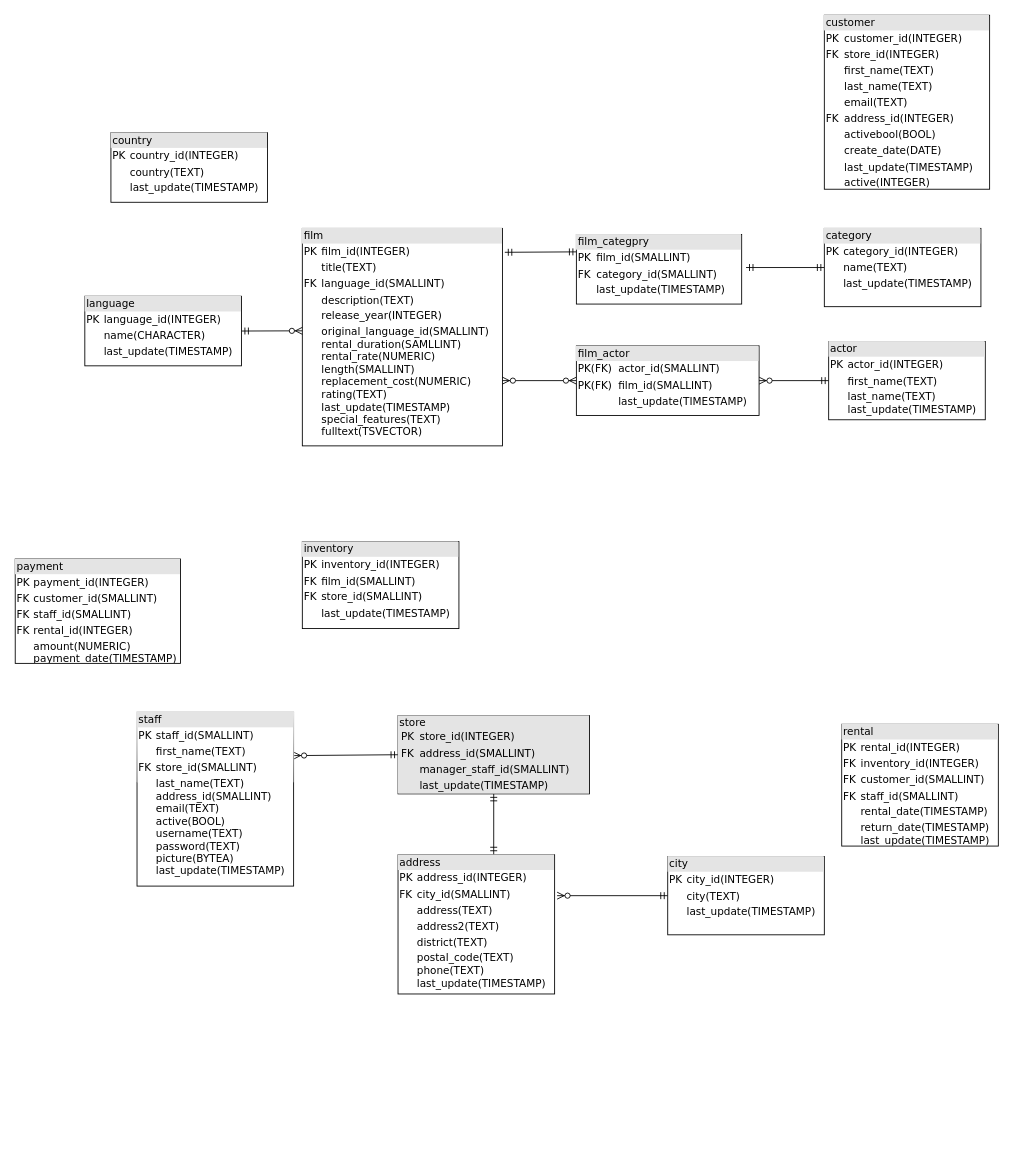
This is Untitled Diagram.drawio from nummy/blog, a draw.io file, before an edit. Source tidied: cells renumbered, new cells numbered last; positions are measured from the earlier drawing's top-left corner, leaving out a move shared by most shapes. Both pictures are drawn from the tidied source at 87%, with x=0, y=0 at pixel (15, 15).
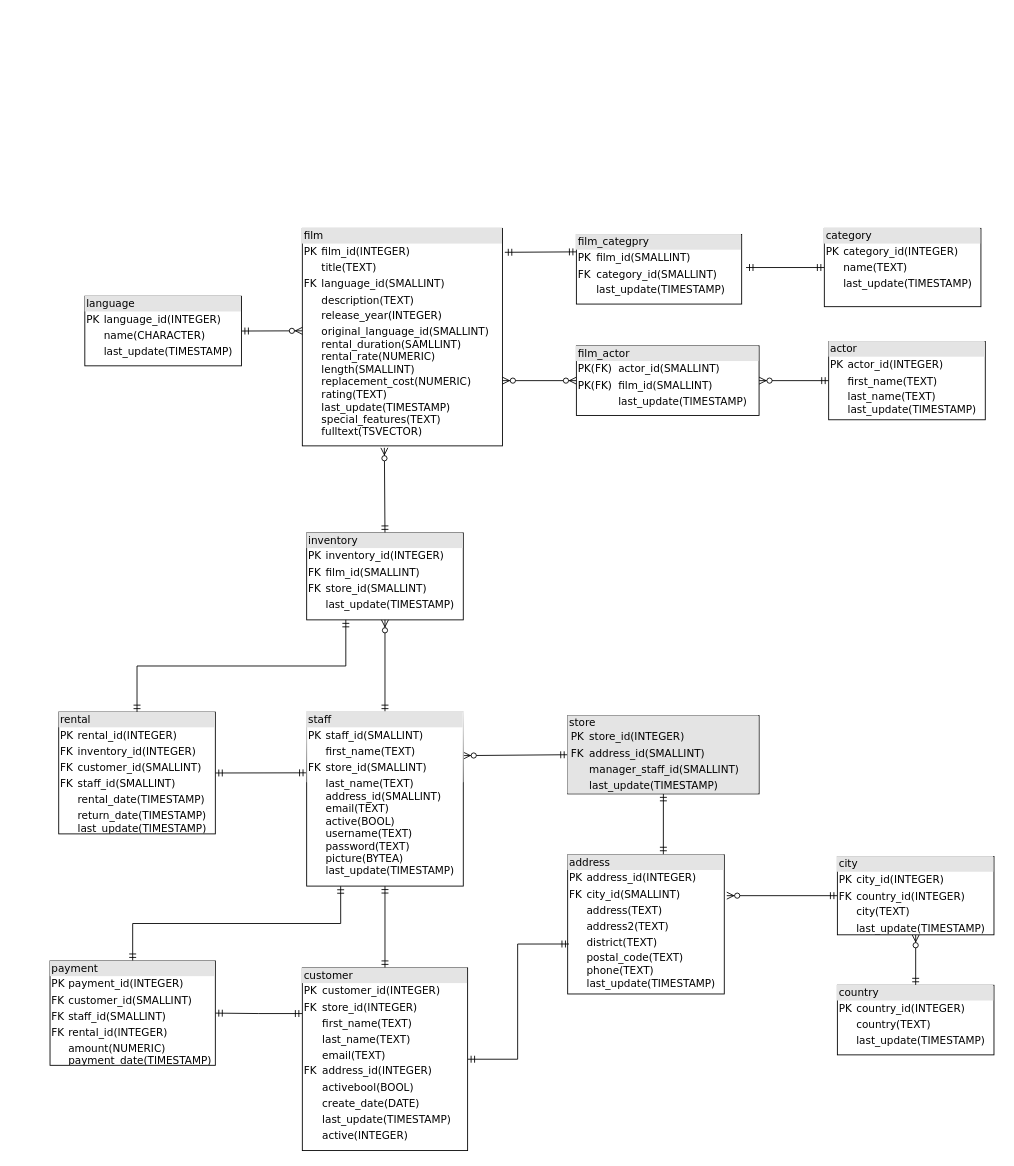
The same page after the edit.

Unchanged cells that the change refers to:
```xml
<mxCell id="11" value="&lt;div style=&quot;box-sizing: border-box ; width: 100% ; background: #e4e4e4 ; padding: 2px&quot;&gt;film&lt;/div&gt;&lt;table style=&quot;width: 100% ; font-size: 1em&quot; cellpadding=&quot;2&quot; cellspacing=&quot;0&quot;&gt;&lt;tbody&gt;&lt;tr&gt;&lt;td&gt;PK&lt;/td&gt;&lt;td&gt;film_id(INTEGER)&lt;/td&gt;&lt;/tr&gt;&lt;tr&gt;&lt;td&gt;&lt;/td&gt;&lt;td&gt;title(TEXT)&lt;/td&gt;&lt;/tr&gt;&lt;tr&gt;&lt;td&gt;FK&lt;/td&gt;&lt;td&gt;language_id(SMALLINT)&lt;br&gt;&lt;/td&gt;&lt;/tr&gt;&lt;tr&gt;&lt;td&gt;&lt;/td&gt;&lt;td&gt;description(TEXT)&lt;/td&gt;&lt;/tr&gt;&lt;tr&gt;&lt;td&gt;&lt;br&gt;&lt;/td&gt;&lt;td&gt;release_year(INTEGER)&lt;/td&gt;&lt;/tr&gt;&lt;tr&gt;&lt;td&gt;&lt;br&gt;&lt;/td&gt;&lt;td&gt;original_language_id(SMALLINT)&lt;br&gt;rental_duration(SAMLLINT)&lt;br&gt;rental_rate(NUMERIC)&lt;br&gt;length(SMALLINT)&lt;br&gt;replacement_cost(NUMERIC)&lt;br&gt;rating(TEXT)&lt;br&gt;last_update(TIMESTAMP)&lt;br&gt;special_features(TEXT)&lt;br&gt;fulltext(TSVECTOR)&lt;/td&gt;&lt;/tr&gt;&lt;/tbody&gt;&lt;/table&gt;" style="verticalAlign=top;align=left;overflow=fill;html=1;rounded=0;shadow=0;comic=0;labelBackgroundColor=none;strokeWidth=1;fontFamily=Verdana;fontSize=12;" parent="1" vertex="1">
  <mxGeometry x="330" y="245" width="230" height="250" as="geometry" />
</mxCell>
```

The edit, as a diff of the source:
```diff
@@
     <mxCell id="4" value="&lt;div style=&quot;box-sizing: border-box ; width: 100% ; background: #e4e4e4 ; padding: 2px&quot;&gt;address&lt;/div&gt;&lt;table style=&quot;width: 100% ; font-size: 1em&quot; cellpadding=&quot;2&quot; cellspacing=&quot;0&quot;&gt;&lt;tbody&gt;&lt;tr&gt;&lt;td&gt;PK&lt;/td&gt;&lt;td&gt;address_id(INTEGER)&lt;/td&gt;&lt;/tr&gt;&lt;tr&gt;&lt;td&gt;FK&lt;/td&gt;&lt;td&gt;city_id(SMALLINT)&lt;br&gt;&lt;/td&gt;&lt;/tr&gt;&lt;tr&gt;&lt;td&gt;&lt;br&gt;&lt;/td&gt;&lt;td&gt;address(TEXT)&lt;/td&gt;&lt;/tr&gt;&lt;tr&gt;&lt;td&gt;&lt;/td&gt;&lt;td&gt;address2(TEXT)&lt;/td&gt;&lt;/tr&gt;&lt;tr&gt;&lt;td&gt;&lt;br&gt;&lt;/td&gt;&lt;td&gt;district(TEXT)&lt;br&gt;&lt;/td&gt;&lt;/tr&gt;&lt;tr&gt;&lt;td&gt;&lt;br&gt;&lt;/td&gt;&lt;td&gt;postal_code(TEXT)&lt;br&gt;phone(TEXT)&lt;br&gt;last_update(TIMESTAMP)&lt;/td&gt;&lt;/tr&gt;&lt;/tbody&gt;&lt;/table&gt;" style="verticalAlign=top;align=left;overflow=fill;html=1;rounded=0;shadow=0;comic=0;labelBackgroundColor=none;strokeWidth=1;fontFamily=Verdana;fontSize=12;" parent="1" vertex="1">
-      <mxGeometry x="440" y="965" width="180" height="160" as="geometry" />
+      <mxGeometry x="635" y="965" width="180" height="160" as="geometry" />
     </mxCell>
+    <mxCell id="25" style="edgeStyle=none;rounded=0;jettySize=auto;html=1;exitX=0.5;exitY=0;exitDx=0;exitDy=0;entryX=0.5;entryY=1;entryDx=0;entryDy=0;startArrow=ERmandOne;startFill=0;endArrow=ERzeroToMany;endFill=1;" parent="1" edge="1" source="5" target="7">
+      <mxGeometry relative="1" as="geometry" />
+    </mxCell>
     <mxCell id="5" value="&lt;div style=&quot;box-sizing: border-box ; width: 100% ; background: #e4e4e4 ; padding: 2px&quot;&gt;country&lt;/div&gt;&lt;table style=&quot;width: 100% ; font-size: 1em&quot; cellpadding=&quot;2&quot; cellspacing=&quot;0&quot;&gt;&lt;tbody&gt;&lt;tr&gt;&lt;td&gt;PK&lt;/td&gt;&lt;td&gt;country_id(INTEGER)&lt;/td&gt;&lt;/tr&gt;&lt;tr&gt;&lt;td&gt;&lt;br&gt;&lt;/td&gt;&lt;td&gt;country(TEXT)&lt;/td&gt;&lt;/tr&gt;&lt;tr&gt;&lt;td&gt;&lt;/td&gt;&lt;td&gt;last_update(TIMESTAMP)&lt;/td&gt;&lt;/tr&gt;&lt;tr&gt;&lt;td&gt;&lt;br&gt;&lt;/td&gt;&lt;td&gt;&lt;br&gt;&lt;/td&gt;&lt;/tr&gt;&lt;/tbody&gt;&lt;/table&gt;" style="verticalAlign=top;align=left;overflow=fill;html=1;rounded=0;shadow=0;comic=0;labelBackgroundColor=none;strokeWidth=1;fontFamily=Verdana;fontSize=12;" parent="1" vertex="1">
-      <mxGeometry x="110" y="135" width="180" height="80" as="geometry" />
+      <mxGeometry x="945" y="1115" width="180" height="80" as="geometry" />
     </mxCell>
@@
-    <mxCell id="7" value="&lt;div style=&quot;box-sizing: border-box ; width: 100% ; background: #e4e4e4 ; padding: 2px&quot;&gt;city&lt;/div&gt;&lt;table style=&quot;width: 100% ; font-size: 1em&quot; cellpadding=&quot;2&quot; cellspacing=&quot;0&quot;&gt;&lt;tbody&gt;&lt;tr&gt;&lt;td&gt;PK&lt;/td&gt;&lt;td&gt;city_id(INTEGER)&lt;/td&gt;&lt;/tr&gt;&lt;tr&gt;&lt;td&gt;&lt;br&gt;&lt;/td&gt;&lt;td&gt;city(TEXT)&lt;/td&gt;&lt;/tr&gt;&lt;tr&gt;&lt;td&gt;&lt;/td&gt;&lt;td&gt;last_update(TIMESTAMP)&lt;/td&gt;&lt;/tr&gt;&lt;tr&gt;&lt;td&gt;&lt;br&gt;&lt;/td&gt;&lt;td&gt;&lt;br&gt;&lt;/td&gt;&lt;/tr&gt;&lt;/tbody&gt;&lt;/table&gt;" style="verticalAlign=top;align=left;overflow=fill;html=1;rounded=0;shadow=0;comic=0;labelBackgroundColor=none;strokeWidth=1;fontFamily=Verdana;fontSize=12;" parent="1" vertex="1">
-      <mxGeometry x="750" y="967" width="180" height="90" as="geometry" />
+    <mxCell id="7" value="&lt;div style=&quot;box-sizing: border-box ; width: 100% ; background: #e4e4e4 ; padding: 2px&quot;&gt;city&lt;/div&gt;&lt;table style=&quot;width: 100% ; font-size: 1em&quot; cellpadding=&quot;2&quot; cellspacing=&quot;0&quot;&gt;&lt;tbody&gt;&lt;tr&gt;&lt;td&gt;PK&lt;/td&gt;&lt;td&gt;city_id(INTEGER)&lt;/td&gt;&lt;/tr&gt;&lt;tr&gt;&lt;td&gt;FK&lt;/td&gt;&lt;td&gt;country_id(INTEGER)&lt;/td&gt;&lt;/tr&gt;&lt;tr&gt;&lt;td&gt;&lt;br&gt;&lt;/td&gt;&lt;td&gt;city(TEXT)&lt;/td&gt;&lt;/tr&gt;&lt;tr&gt;&lt;td&gt;&lt;/td&gt;&lt;td&gt;last_update(TIMESTAMP)&lt;/td&gt;&lt;/tr&gt;&lt;tr&gt;&lt;td&gt;&lt;br&gt;&lt;/td&gt;&lt;td&gt;&lt;br&gt;&lt;/td&gt;&lt;/tr&gt;&lt;/tbody&gt;&lt;/table&gt;" style="verticalAlign=top;align=left;overflow=fill;html=1;rounded=0;shadow=0;comic=0;labelBackgroundColor=none;strokeWidth=1;fontFamily=Verdana;fontSize=12;" parent="1" vertex="1">
+      <mxGeometry x="945" y="967" width="180" height="90" as="geometry" />
     </mxCell>
@@
+    <mxCell id="26" style="edgeStyle=orthogonalEdgeStyle;rounded=0;jettySize=auto;html=1;exitX=1;exitY=0.5;exitDx=0;exitDy=0;entryX=0.008;entryY=0.641;entryDx=0;entryDy=0;entryPerimeter=0;startArrow=ERmandOne;startFill=0;endArrow=ERmandOne;endFill=0;" parent="1" edge="1" source="10" target="4">
+      <mxGeometry relative="1" as="geometry" />
+    </mxCell>
+    <mxCell id="27" style="edgeStyle=orthogonalEdgeStyle;rounded=0;jettySize=auto;html=1;exitX=0.5;exitY=0;exitDx=0;exitDy=0;entryX=0.5;entryY=1;entryDx=0;entryDy=0;startArrow=ERmandOne;startFill=0;endArrow=ERmandOne;endFill=0;" parent="1" edge="1" source="10" target="19">
+      <mxGeometry relative="1" as="geometry" />
+    </mxCell>
+    <mxCell id="28" style="edgeStyle=orthogonalEdgeStyle;rounded=0;jettySize=auto;html=1;exitX=0;exitY=0.25;exitDx=0;exitDy=0;startArrow=ERmandOne;startFill=0;endArrow=ERmandOne;endFill=0;" parent="1" edge="1" source="10" target="20">
+      <mxGeometry relative="1" as="geometry" />
+    </mxCell>
     <mxCell id="10" value="&lt;div style=&quot;box-sizing: border-box ; width: 100% ; background: #e4e4e4 ; padding: 2px&quot;&gt;customer&lt;/div&gt;&lt;table style=&quot;width: 100% ; font-size: 1em&quot; cellpadding=&quot;2&quot; cellspacing=&quot;0&quot;&gt;&lt;tbody&gt;&lt;tr&gt;&lt;td&gt;PK&lt;/td&gt;&lt;td&gt;customer_id(INTEGER)&lt;/td&gt;&lt;/tr&gt;&lt;tr&gt;&lt;td&gt;FK&lt;/td&gt;&lt;td&gt;store_id(INTEGER)&lt;/td&gt;&lt;/tr&gt;&lt;tr&gt;&lt;td&gt;&lt;/td&gt;&lt;td&gt;first_name(TEXT)&lt;/td&gt;&lt;/tr&gt;&lt;tr&gt;&lt;td&gt;&lt;br&gt;&lt;/td&gt;&lt;td&gt;last_name(TEXT)&lt;br&gt;&lt;/td&gt;&lt;/tr&gt;&lt;tr&gt;&lt;td&gt;&lt;br&gt;&lt;/td&gt;&lt;td&gt;email(TEXT)&lt;br&gt;&lt;/td&gt;&lt;/tr&gt;&lt;tr&gt;&lt;td&gt;FK&lt;br&gt;&lt;/td&gt;&lt;td&gt;address_id(INTEGER)&lt;br&gt;&lt;/td&gt;&lt;/tr&gt;&lt;tr&gt;&lt;td&gt;&lt;br&gt;&lt;/td&gt;&lt;td&gt;activebool(BOOL)&lt;br&gt;&lt;/td&gt;&lt;/tr&gt;&lt;tr&gt;&lt;td&gt;&lt;br&gt;&lt;/td&gt;&lt;td&gt;create_date(DATE)&lt;/td&gt;&lt;/tr&gt;&lt;tr&gt;&lt;td&gt;&lt;br&gt;&lt;/td&gt;&lt;td&gt;last_update(TIMESTAMP)&lt;/td&gt;&lt;/tr&gt;&lt;tr&gt;&lt;td&gt;&lt;br&gt;&lt;/td&gt;&lt;td&gt;active(INTEGER)&lt;/td&gt;&lt;/tr&gt;&lt;tr&gt;&lt;td&gt;&lt;/td&gt;&lt;td&gt;&lt;/td&gt;&lt;/tr&gt;&lt;/tbody&gt;&lt;/table&gt;" style="verticalAlign=top;align=left;overflow=fill;html=1;rounded=0;shadow=0;comic=0;labelBackgroundColor=none;strokeWidth=1;fontFamily=Verdana;fontSize=12;" parent="1" vertex="1">
-      <mxGeometry x="930" width="190" height="200" as="geometry" />
+      <mxGeometry x="330" y="1095" width="190" height="210" as="geometry" />
     </mxCell>
@@
+    <mxCell id="29" style="edgeStyle=none;rounded=0;jettySize=auto;html=1;exitX=0.5;exitY=0;exitDx=0;exitDy=0;entryX=0.41;entryY=1.009;entryDx=0;entryDy=0;entryPerimeter=0;startArrow=ERmandOne;startFill=0;endArrow=ERzeroToMany;endFill=1;" parent="1" edge="1" source="16" target="11">
+      <mxGeometry relative="1" as="geometry" />
+    </mxCell>
     <mxCell id="16" value="&lt;div style=&quot;box-sizing: border-box ; width: 100% ; background: #e4e4e4 ; padding: 2px&quot;&gt;inventory&lt;/div&gt;&lt;table style=&quot;width: 100% ; font-size: 1em&quot; cellpadding=&quot;2&quot; cellspacing=&quot;0&quot;&gt;&lt;tbody&gt;&lt;tr&gt;&lt;td&gt;PK&lt;/td&gt;&lt;td&gt;inventory_id(INTEGER)&lt;/td&gt;&lt;/tr&gt;&lt;tr&gt;&lt;td&gt;FK&lt;/td&gt;&lt;td&gt;film_id(SMALLINT)&lt;/td&gt;&lt;/tr&gt;&lt;tr&gt;&lt;td&gt;FK&lt;/td&gt;&lt;td&gt;store_id(SMALLINT)&lt;/td&gt;&lt;/tr&gt;&lt;tr&gt;&lt;td&gt;&lt;br&gt;&lt;/td&gt;&lt;td&gt;last_update(TIMESTAMP)&lt;/td&gt;&lt;/tr&gt;&lt;tr&gt;&lt;td&gt;&lt;/td&gt;&lt;td&gt;&lt;/td&gt;&lt;/tr&gt;&lt;/tbody&gt;&lt;/table&gt;" style="verticalAlign=top;align=left;overflow=fill;html=1;rounded=0;shadow=0;comic=0;labelBackgroundColor=none;strokeWidth=1;fontFamily=Verdana;fontSize=12;" parent="1" vertex="1">
-      <mxGeometry x="330" y="605" width="180" height="100" as="geometry" />
+      <mxGeometry x="335" y="595" width="180" height="100" as="geometry" />
     </mxCell>
+    <mxCell id="30" style="edgeStyle=none;rounded=0;jettySize=auto;html=1;exitX=1;exitY=0.5;exitDx=0;exitDy=0;entryX=-0.001;entryY=0.349;entryDx=0;entryDy=0;entryPerimeter=0;startArrow=ERmandOne;startFill=0;endArrow=ERmandOne;endFill=0;" parent="1" edge="1" source="17" target="19">
+      <mxGeometry relative="1" as="geometry" />
+    </mxCell>
+    <mxCell id="31" style="edgeStyle=orthogonalEdgeStyle;rounded=0;jettySize=auto;html=1;exitX=0.5;exitY=0;exitDx=0;exitDy=0;entryX=0.25;entryY=1;entryDx=0;entryDy=0;startArrow=ERmandOne;startFill=0;endArrow=ERmandOne;endFill=0;" parent="1" edge="1" source="17" target="16">
+      <mxGeometry relative="1" as="geometry" />
+    </mxCell>
     <mxCell id="17" value="&lt;div style=&quot;box-sizing: border-box ; width: 100% ; background: #e4e4e4 ; padding: 2px&quot;&gt;rental&lt;/div&gt;&lt;table style=&quot;width: 100% ; font-size: 1em&quot; cellpadding=&quot;2&quot; cellspacing=&quot;0&quot;&gt;&lt;tbody&gt;&lt;tr&gt;&lt;td&gt;PK&lt;/td&gt;&lt;td&gt;rental_id(INTEGER)&lt;/td&gt;&lt;/tr&gt;&lt;tr&gt;&lt;td&gt;FK&lt;/td&gt;&lt;td&gt;inventory_id(INTEGER)&lt;br&gt;&lt;/td&gt;&lt;/tr&gt;&lt;tr&gt;&lt;td&gt;FK&lt;/td&gt;&lt;td&gt;customer_id(SMALLINT)&lt;br&gt;&lt;/td&gt;&lt;/tr&gt;&lt;tr&gt;&lt;td&gt;FK&lt;/td&gt;&lt;td&gt;staff_id(SMALLINT)&lt;br&gt;&lt;/td&gt;&lt;/tr&gt;&lt;tr&gt;&lt;td&gt;&lt;br&gt;&lt;/td&gt;&lt;td&gt;rental_date(TIMESTAMP)&lt;/td&gt;&lt;/tr&gt;&lt;tr&gt;&lt;td&gt;&lt;/td&gt;&lt;td&gt;return_date(TIMESTAMP)&lt;br&gt;last_update(TIMESTAMP)&lt;br&gt;&lt;br&gt;&lt;/td&gt;&lt;/tr&gt;&lt;tr&gt;&lt;td&gt;&lt;/td&gt;&lt;td&gt;&lt;/td&gt;&lt;/tr&gt;&lt;/tbody&gt;&lt;/table&gt;" style="verticalAlign=top;align=left;overflow=fill;html=1;rounded=0;shadow=0;comic=0;labelBackgroundColor=none;strokeWidth=1;fontFamily=Verdana;fontSize=12;" parent="1" vertex="1">
-      <mxGeometry x="950" y="815" width="180" height="140" as="geometry" />
+      <mxGeometry x="50" y="801" width="180" height="140" as="geometry" />
     </mxCell>
@@
+    <mxCell id="32" style="edgeStyle=none;rounded=0;jettySize=auto;html=1;exitX=0.5;exitY=0;exitDx=0;exitDy=0;entryX=0.5;entryY=1;entryDx=0;entryDy=0;startArrow=ERmandOne;startFill=0;endArrow=ERzeroToMany;endFill=1;" parent="1" edge="1" source="19" target="16">
+      <mxGeometry relative="1" as="geometry" />
+    </mxCell>
     <mxCell id="19" value="&lt;div style=&quot;box-sizing: border-box ; width: 100% ; background: #e4e4e4 ; padding: 2px&quot;&gt;staff&lt;/div&gt;&lt;table style=&quot;width: 100% ; font-size: 1em&quot; cellpadding=&quot;2&quot; cellspacing=&quot;0&quot;&gt;&lt;tbody&gt;&lt;tr&gt;&lt;td&gt;PK&lt;/td&gt;&lt;td&gt;staff_id(SMALLINT)&lt;/td&gt;&lt;/tr&gt;&lt;tr&gt;&lt;td&gt;&lt;br&gt;&lt;/td&gt;&lt;td&gt;first_name(TEXT)&lt;br&gt;&lt;/td&gt;&lt;/tr&gt;&lt;tr&gt;&lt;td&gt;FK&lt;/td&gt;&lt;td&gt;store_id(SMALLINT)&lt;br&gt;&lt;/td&gt;&lt;/tr&gt;&lt;tr&gt;&lt;td&gt;&lt;/td&gt;&lt;td&gt;last_name(TEXT)&lt;br&gt;address_id(SMALLINT)&lt;br&gt;email(TEXT)&lt;br&gt;active(BOOL)&lt;br&gt;username(TEXT)&lt;br&gt;password(TEXT)&lt;br&gt;picture(BYTEA)&lt;br&gt;last_update(TIMESTAMP)&lt;/td&gt;&lt;/tr&gt;&lt;tr&gt;&lt;td&gt;&lt;/td&gt;&lt;td&gt;&lt;/td&gt;&lt;/tr&gt;&lt;/tbody&gt;&lt;/table&gt;" style="verticalAlign=top;align=left;overflow=fill;html=1;rounded=0;shadow=0;comic=0;labelBackgroundColor=none;strokeWidth=1;fontFamily=Verdana;fontSize=12;gradientColor=none;glass=1;" parent="1" vertex="1">
-      <mxGeometry x="140" y="801" width="180" height="200" as="geometry" />
+      <mxGeometry x="335" y="801" width="180" height="200" as="geometry" />
     </mxCell>
+    <mxCell id="33" style="edgeStyle=orthogonalEdgeStyle;rounded=0;jettySize=auto;html=1;exitX=0.5;exitY=0;exitDx=0;exitDy=0;entryX=0.217;entryY=1.001;entryDx=0;entryDy=0;entryPerimeter=0;startArrow=ERmandOne;startFill=0;endArrow=ERmandOne;endFill=0;" parent="1" edge="1" source="20" target="19">
+      <mxGeometry relative="1" as="geometry" />
+    </mxCell>
     <mxCell id="20" value="&lt;div style=&quot;box-sizing: border-box ; width: 100% ; background: #e4e4e4 ; padding: 2px&quot;&gt;payment&lt;/div&gt;&lt;table style=&quot;width: 100% ; font-size: 1em&quot; cellpadding=&quot;2&quot; cellspacing=&quot;0&quot;&gt;&lt;tbody&gt;&lt;tr&gt;&lt;td&gt;PK&lt;/td&gt;&lt;td&gt;payment_id(INTEGER)&lt;/td&gt;&lt;/tr&gt;&lt;tr&gt;&lt;td&gt;FK&lt;/td&gt;&lt;td&gt;customer_id(SMALLINT)&lt;br&gt;&lt;/td&gt;&lt;/tr&gt;&lt;tr&gt;&lt;td&gt;FK&lt;/td&gt;&lt;td&gt;staff_id(SMALLINT)&lt;br&gt;&lt;/td&gt;&lt;/tr&gt;&lt;tr&gt;&lt;td&gt;FK&lt;/td&gt;&lt;td&gt;rental_id(INTEGER)&lt;/td&gt;&lt;/tr&gt;&lt;tr&gt;&lt;td&gt;&lt;/td&gt;&lt;td&gt;amount(NUMERIC)&lt;br&gt;payment_date(TIMESTAMP)&lt;/td&gt;&lt;/tr&gt;&lt;/tbody&gt;&lt;/table&gt;" style="verticalAlign=top;align=left;overflow=fill;html=1;rounded=0;shadow=0;comic=0;labelBackgroundColor=none;strokeWidth=1;fontFamily=Verdana;fontSize=12;" parent="1" vertex="1">
-      <mxGeometry y="625" width="190" height="120" as="geometry" />
+      <mxGeometry x="40" y="1087" width="190" height="120" as="geometry" />
     </mxCell>
@@
     <mxCell id="24" value="&lt;div style=&quot;box-sizing: border-box ; width: 100% ; background: #e4e4e4 ; padding: 2px&quot;&gt;store&lt;table style=&quot;width: 100% ; font-size: 1em&quot; cellpadding=&quot;2&quot; cellspacing=&quot;0&quot;&gt;&lt;tbody&gt;&lt;tr&gt;&lt;td&gt;PK&lt;/td&gt;&lt;td&gt;store_id(INTEGER)&lt;/td&gt;&lt;/tr&gt;&lt;tr&gt;&lt;td&gt;FK&lt;/td&gt;&lt;td&gt;address_id(SMALLINT)&lt;br&gt;&lt;/td&gt;&lt;/tr&gt;&lt;tr&gt;&lt;td&gt;&lt;br&gt;&lt;/td&gt;&lt;td&gt;manager_staff_id(SMALLINT)&lt;br&gt;&lt;/td&gt;&lt;/tr&gt;&lt;tr&gt;&lt;td&gt;&lt;/td&gt;&lt;td&gt;last_update(TIMESTAMP)&lt;/td&gt;&lt;/tr&gt;&lt;tr&gt;&lt;td style=&quot;font-size: 1em&quot;&gt;&lt;/td&gt;&lt;/tr&gt;&lt;/tbody&gt;&lt;/table&gt;&lt;/div&gt;" style="verticalAlign=top;align=left;overflow=fill;html=1;rounded=0;shadow=0;comic=0;labelBackgroundColor=none;strokeWidth=1;fontFamily=Verdana;fontSize=12;" parent="1" vertex="1">
-      <mxGeometry x="440" y="805" width="220" height="90" as="geometry" />
+      <mxGeometry x="635" y="805" width="220" height="90" as="geometry" />
     </mxCell>
```
